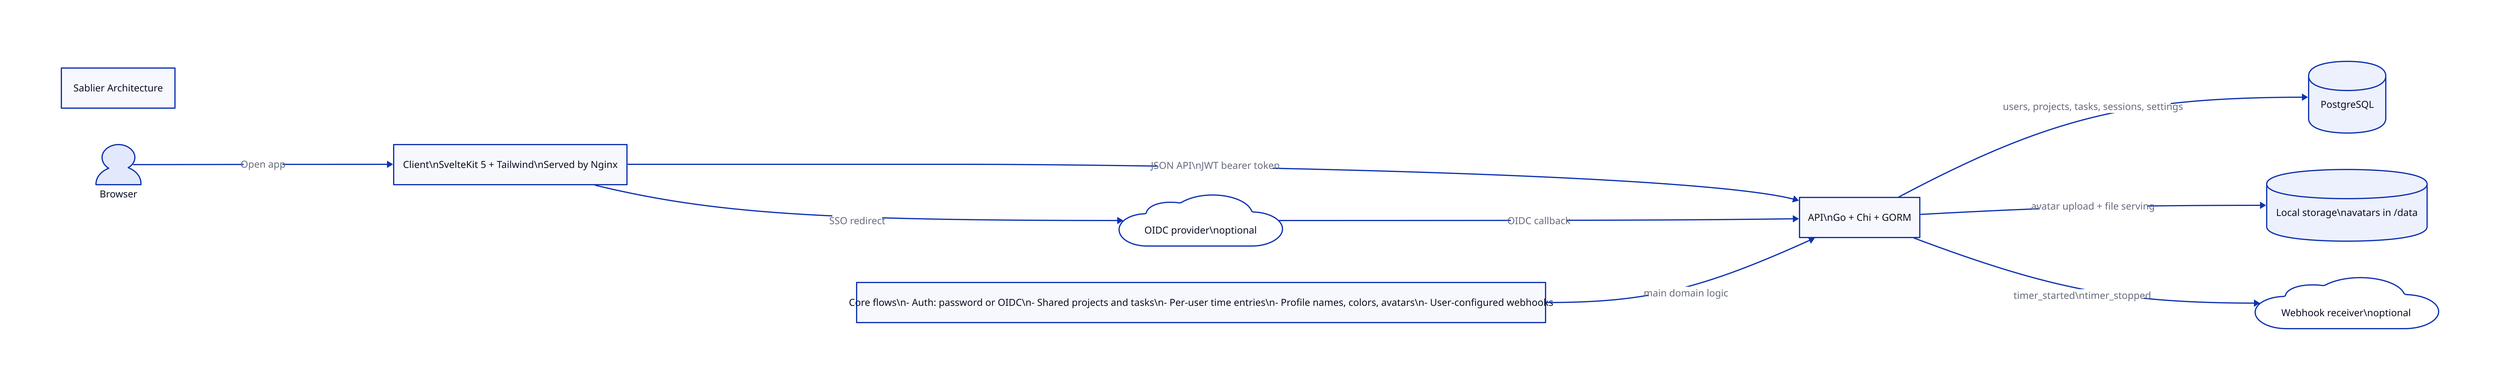
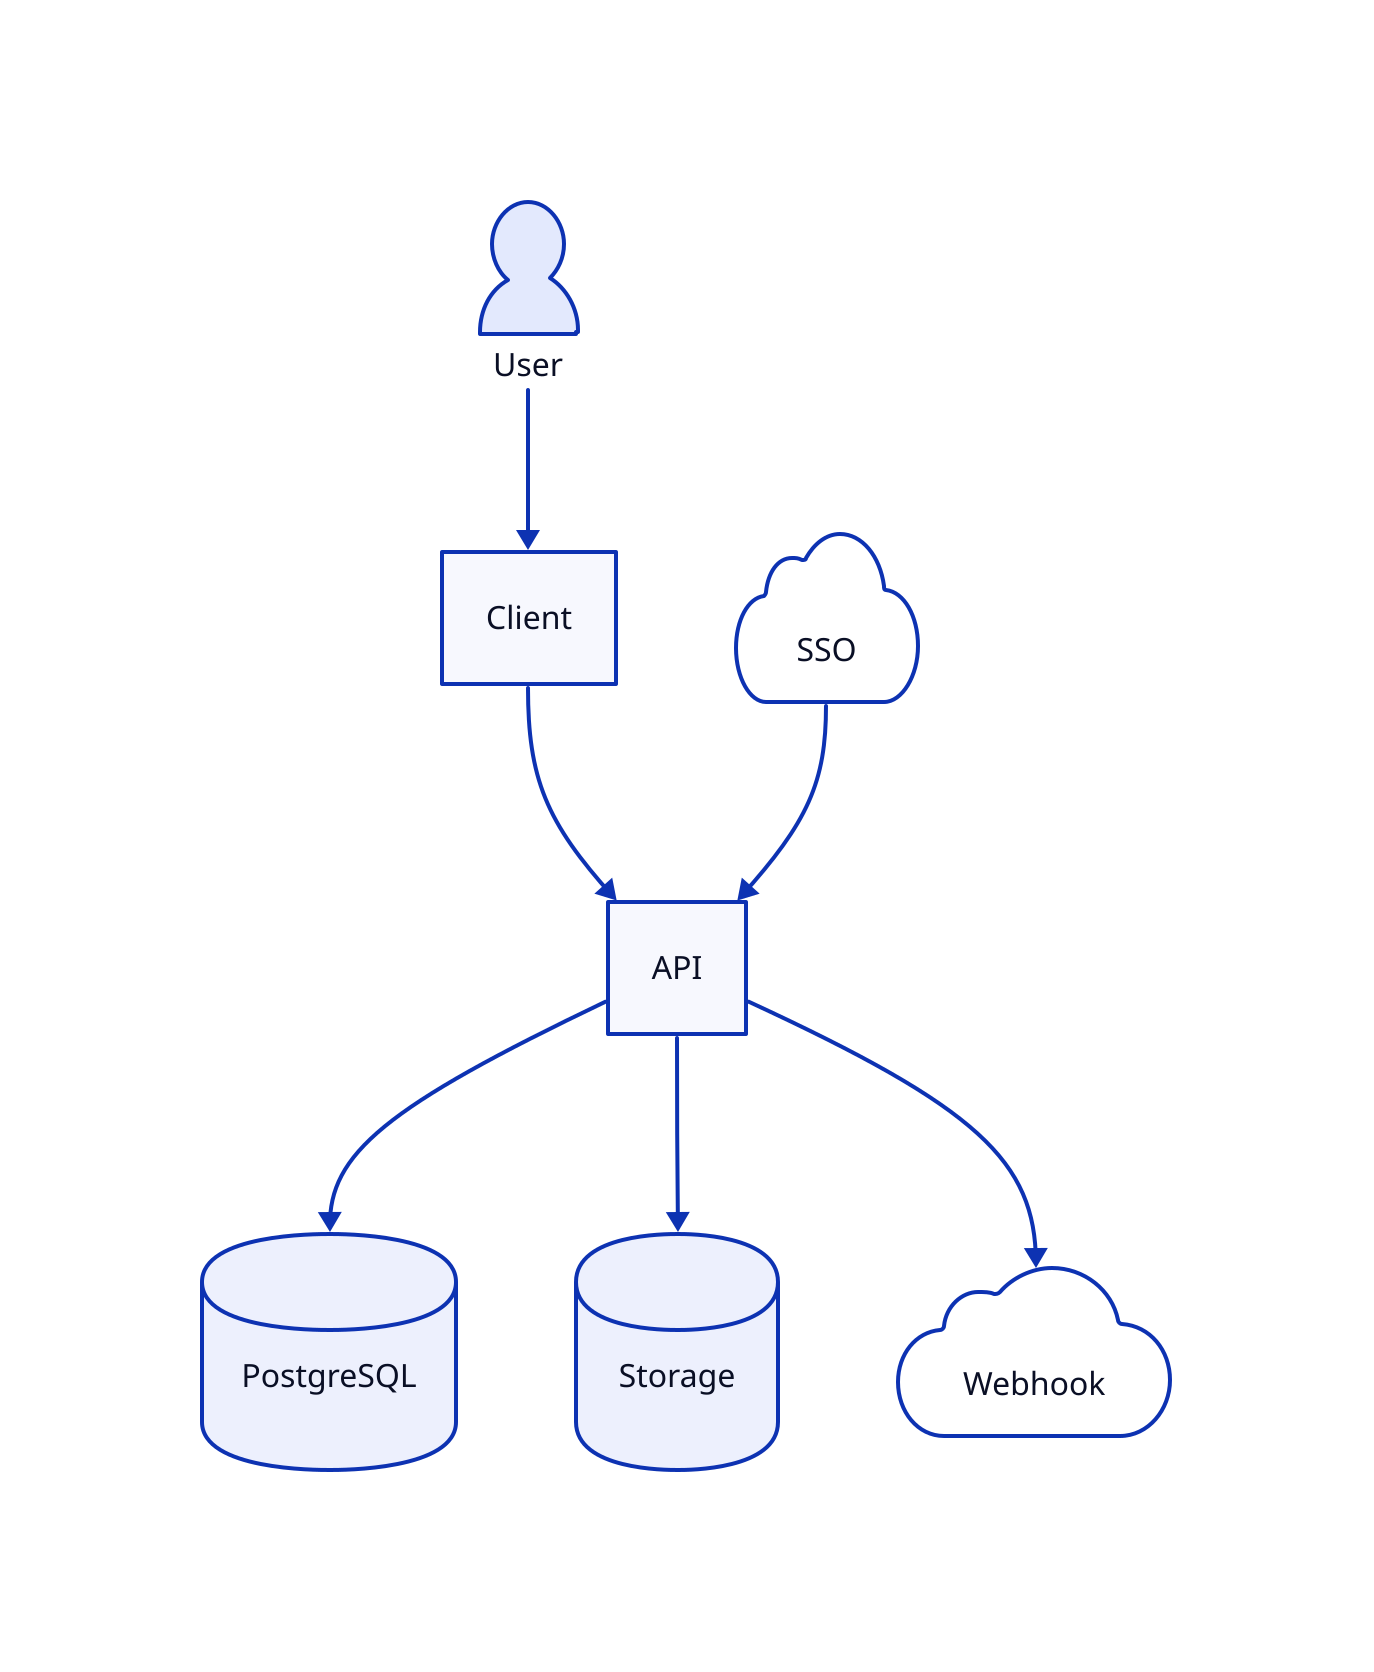
- direction: right
+ direction: down

vars: {
  d2-config: {
    theme-id: 300
    layout-engine: elk
  }
}

- title: "Sablier Architecture"
- 
browser: {
-   label: "Browser"
+   label: "User"
  shape: person
}

client: {
-   label: "Client\\nSvelteKit 5 + Tailwind\\nServed by Nginx"
+   label: "Client"
  shape: rectangle
}

api: {
-   label: "API\\nGo + Chi + GORM"
+   label: "API"
  shape: rectangle
}

db: {
  label: "PostgreSQL"
  shape: cylinder
}

storage: {
-   label: "Local storage\\navatars in /data"
+   label: "Storage"
  shape: cylinder
}

oidc: {
-   label: "OIDC provider\\noptional"
+   label: "SSO"
  shape: cloud
}

webhook: {
-   label: "Webhook receiver\\noptional"
+   label: "Webhook"
  shape: cloud
}

- project_features: {
-   label: "Core flows\\n- Auth: password or OIDC\\n- Shared projects and tasks\\n- Per-user time entries\\n- Profile names, colors, avatars\\n- User-configured webhooks"
-   shape: rectangle
- }
- 
- browser -> client: "Open app"
- client -> api: "JSON API\\nJWT bearer token"
- client -> oidc: "SSO redirect"
- oidc -> api: "OIDC callback"
- api -> db: "users, projects, tasks, sessions, settings"
- api -> storage: "avatar upload + file serving"
- api -> webhook: "timer_started\\ntimer_stopped"
- project_features -> api: "main domain logic"
+ browser -> client
+ client -> api
+ oidc -> api
+ api -> db
+ api -> storage
+ api -> webhook
